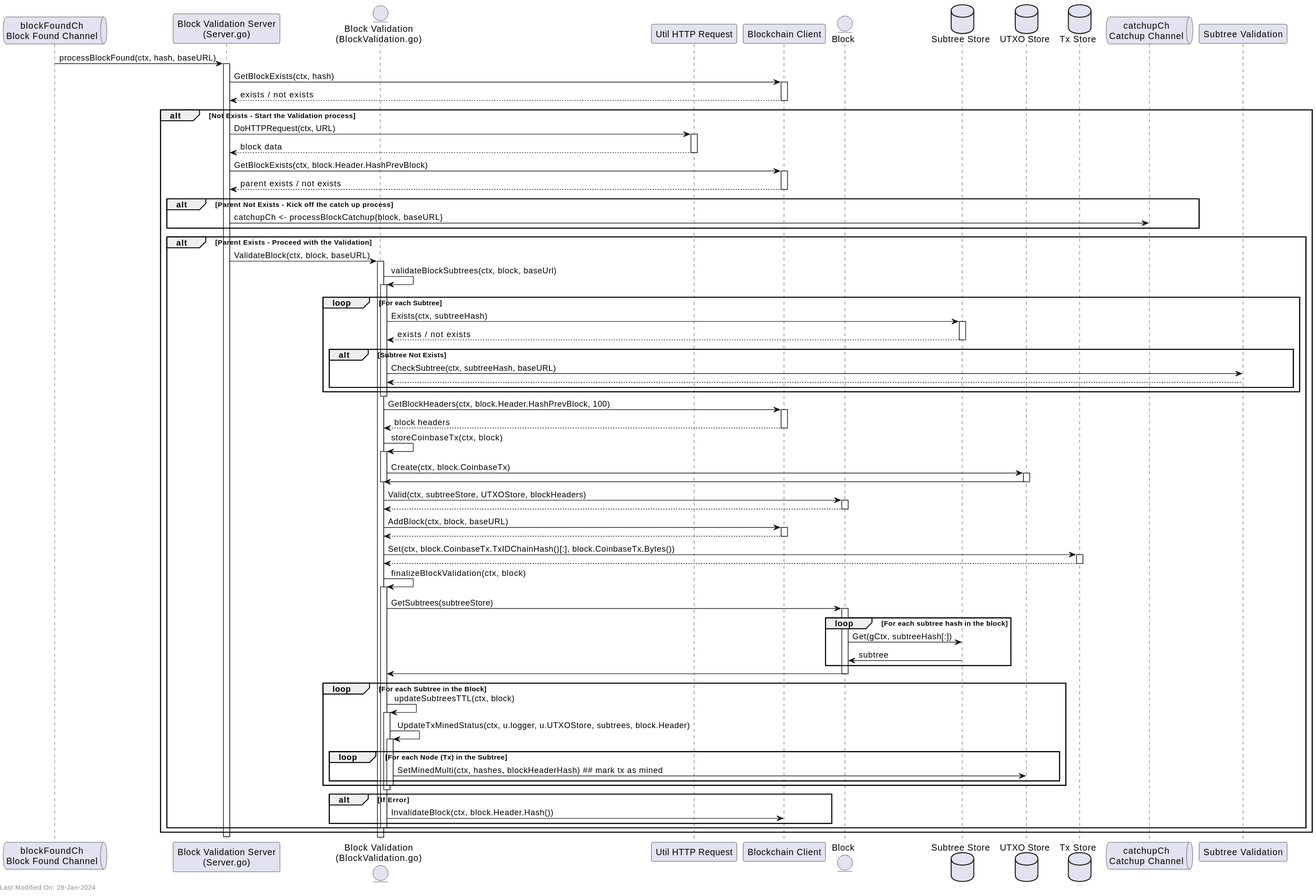
This is docs/services/img/plantuml/blockvalidation/block_validation_p2p_block_validation.svg from freemans13/teranode, a PlantUML export, as it was before one commit.
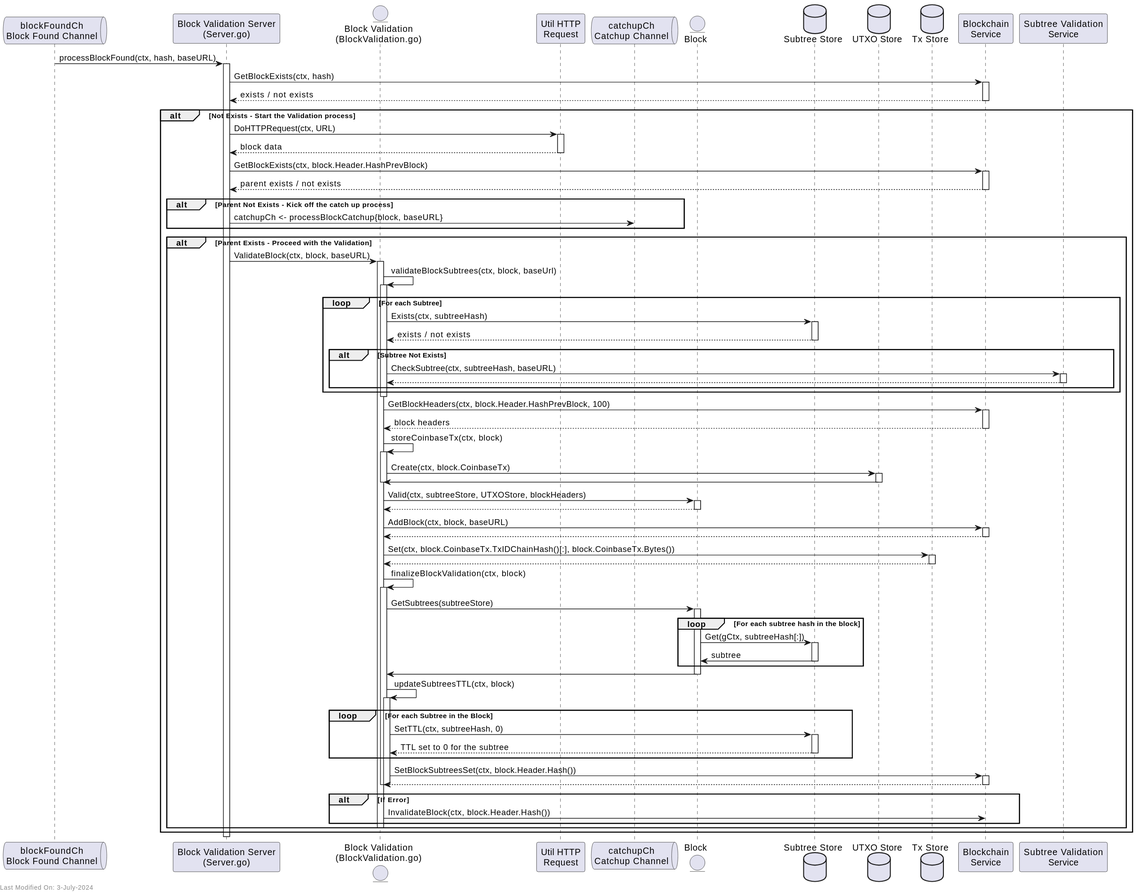
After the change.

Change to the diagram source:
```diff
@@ -2,14 +2,14 @@
 queue "blockFoundCh\nBlock Found Channel" as BFC
 participant "Block Validation Server\n(Server.go)" as BVS
 entity "Block Validation\n(BlockValidation.go)" as BVVB
-participant "Util HTTP Request" as Util
-participant "Blockchain Client" as BC
+participant "Util HTTP\nRequest" as Util
+queue "catchupCh\nCatchup Channel" as CCC
 entity "Block" as Block
 database "Subtree Store" as SubtreeStore
 database "UTXO Store" as UTXOStore
 database "Tx Store" as TxStore
-queue "catchupCh\nCatchup Channel" as CCC
-participant "Subtree Validation" as SVS
+participant "Blockchain\nService" as BC
+participant "Subtree Validation\nService" as SVS
 
 BFC -> BVS: processBlockFound(ctx, hash, baseURL)
 activate BVS
@@ -49,7 +49,9 @@
 
         alt Subtree Not Exists
            BVVB -> SVS: CheckSubtree(ctx, subtreeHash, baseURL)
+           activate SVS
            SVS --> BVVB
+           deactivate SVS
         end
     end
 
@@ -93,22 +95,30 @@
     activate Block
     loop For each subtree hash in the block
         Block -> SubtreeStore: Get(gCtx, subtreeHash[:])
+        activate SubtreeStore
         SubtreeStore -> Block: subtree
+        deactivate SubtreeStore
     end
     Block -> BVVB
     deactivate Block
+
+
+    BVVB -> BVVB: updateSubtreesTTL(ctx, block)
+    activate BVVB
     loop For each Subtree in the Block
-       BVVB -> BVVB: updateSubtreesTTL(ctx, block)
-       activate BVVB
-       BVVB -> BVVB: UpdateTxMinedStatus(ctx, u.logger, u.UTXOStore, subtrees, block.Header)
-       activate BVVB
-       loop For each Node (Tx) in the Subtree
-          BVVB  -> UTXOStore: SetMinedMulti(ctx, hashes, blockHeaderHash) ## mark tx as mined
-       end
+        BVVB -> SubtreeStore: SetTTL(ctx, subtreeHash, 0)
+        activate SubtreeStore
+        SubtreeStore --> BVVB: TTL set to 0 for the subtree
+        deactivate SubtreeStore
+    end
+    BVVB -> BC: SetBlockSubtreesSet(ctx, block.Header.Hash())
+    activate BC
+    BC --> BVVB
+    deactivate BC
+    deactivate BVVB
 
-       deactivate BVVB
-    end
     deactivate BVVB
+
     alt If Error
     BVVB  -> BC: InvalidateBlock(ctx, block.Header.Hash())
     end
@@ -119,5 +129,5 @@
 
 deactivate BVS
 
-left footer Last Modified On: 28-Jan-2024
+left footer Last Modified On: 3-July-2024
 @enduml
```
